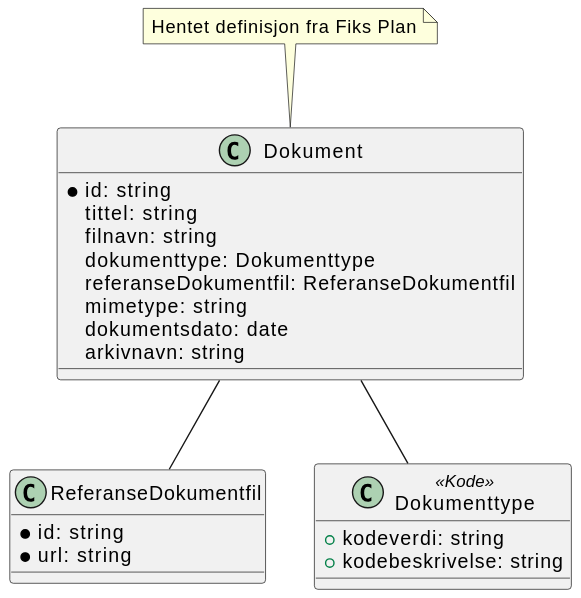
This is Dokumentasjon/V1/ClassDiagrams/no.ks.fiks.saksfaser.v1.felles.dokument/classdiagram.svg from ks-no/fiks-saksfaser-specification, a PlantUML export, as it was before one commit.
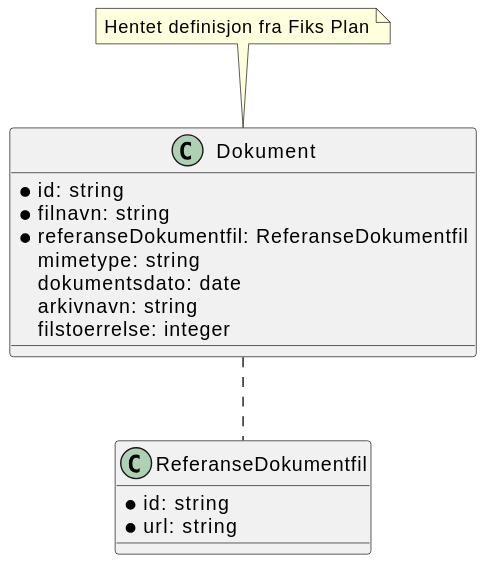
The same file after the commit.

What changed in the source:
```diff
@@ -3,22 +3,15 @@
 
 class Dokument {
     *id: string
-    tittel: string
-    filnavn: string
-    dokumenttype: Dokumenttype
-    referanseDokumentfil: ReferanseDokumentfil
+    *filnavn: string
+    *referanseDokumentfil: ReferanseDokumentfil
     mimetype: string
     dokumentsdato: date
     arkivnavn: string
+    filstoerrelse: integer
 }
 
 note top of Dokument : Hentet definisjon fra Fiks Plan
 
-Dokument -- Dokumenttype
-Dokument -- ReferanseDokumentfil
-
-class Dokumenttype <<Kode>> {
-    +kodeverdi: string
-    +kodebeskrivelse: string
-}
+Dokument .. ReferanseDokumentfil
 @enduml
```
